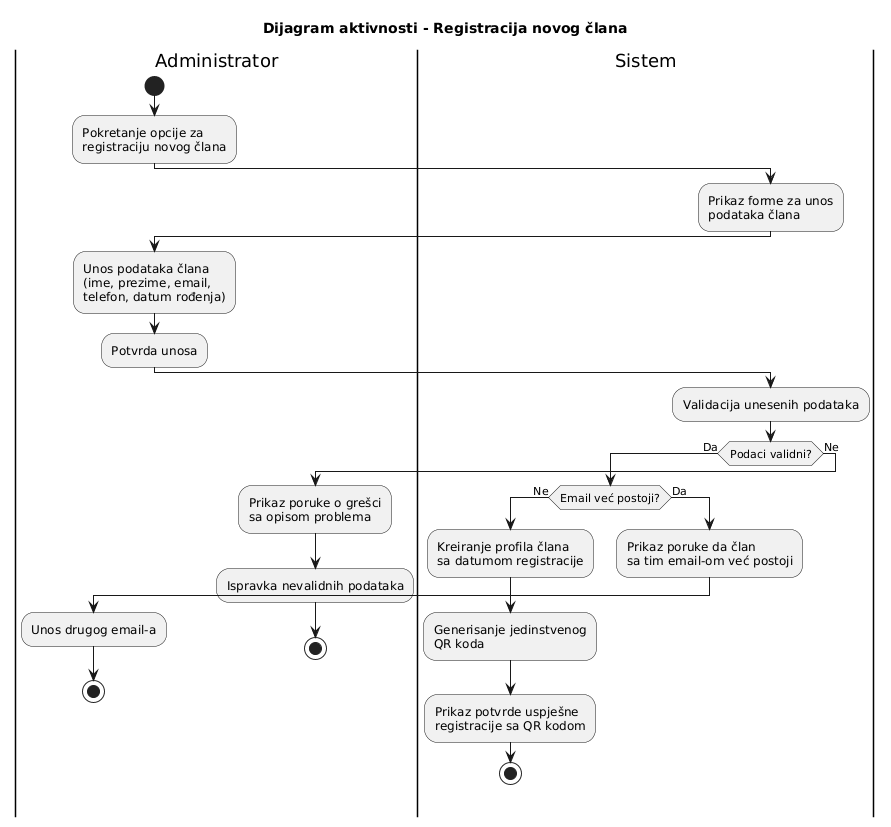
Earlier version of the PlantUML export TASK3/RegistracijaNovogClana.png (ooad-2025-26/Grupa3-Tim3). The source it was exported from:
```plantuml
@startuml
title Dijagram aktivnosti - Registracija novog člana

|Administrator|
start
:Pokretanje opcije za\nregistraciju novog člana;

|Sistem|
:Prikaz forme za unos\npodataka člana;

|Administrator|
:Unos podataka člana\n(ime, prezime, email,\ntelefon, datum rođenja);
:Potvrda unosa;

|Sistem|
:Validacija unesenih podataka;

if (Podaci validni?) then (Da)
  if (Email već postoji?) then (Ne)
    :Kreiranje profila člana\nsa datumom registracije;
    :Generisanje jedinstvenog\nQR koda;
    :Prikaz potvrde uspješne\nregistracije sa QR kodom;
    stop
  else (Da)
    :Prikaz poruke da član\nsa tim email-om već postoji;
    |Administrator|
    :Unos drugog email-a;
    stop
  endif
else (Ne)
  :Prikaz poruke o grešci\nsa opisom problema;
  |Administrator|
  :Ispravka nevalidnih podataka;
  stop
endif
@enduml
```
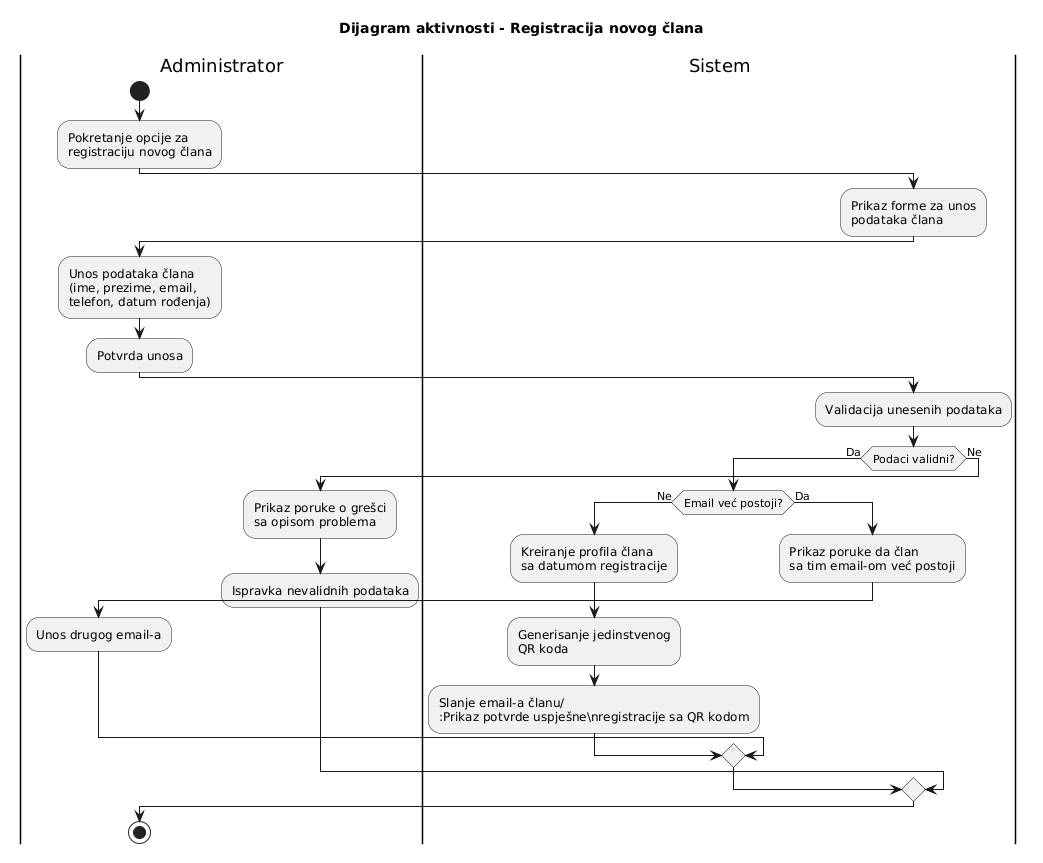
Above is the later version.

The edit, as a diff of the source:
```diff
@@ -19,18 +19,17 @@
   if (Email već postoji?) then (Ne)
     :Kreiranje profila člana\nsa datumom registracije;
     :Generisanje jedinstvenog\nQR koda;
+    :Slanje email-a članu/
     :Prikaz potvrde uspješne\nregistracije sa QR kodom;
-    stop
   else (Da)
     :Prikaz poruke da član\nsa tim email-om već postoji;
     |Administrator|
     :Unos drugog email-a;
-    stop
   endif
 else (Ne)
   :Prikaz poruke o grešci\nsa opisom problema;
   |Administrator|
   :Ispravka nevalidnih podataka;
-  stop
 endif
+stop
 @enduml
```
